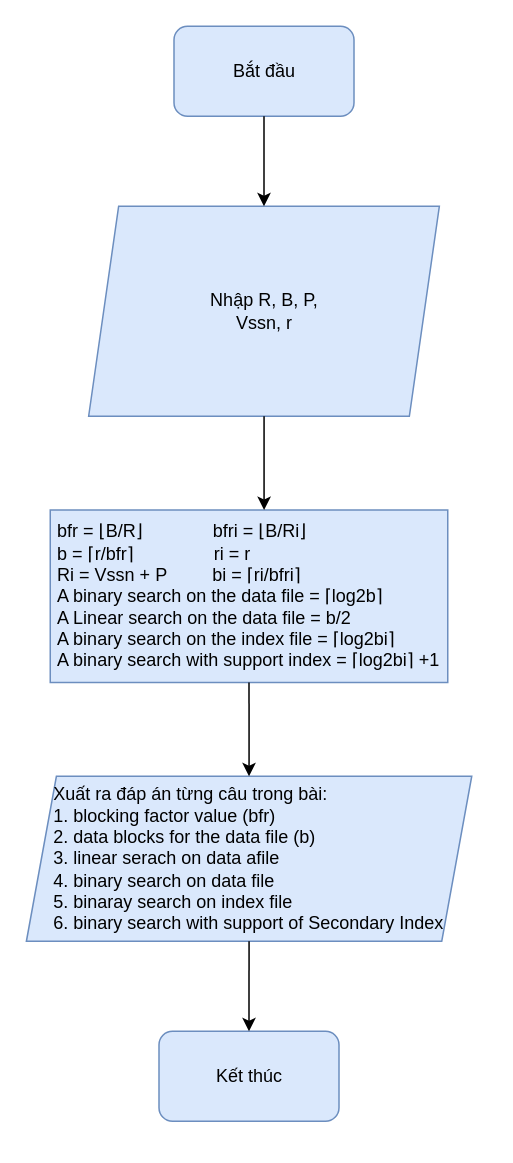
Before: Nam3_HK1/CSDL_SQL_Plus/Baitap/!TieuLuan/Secondary Index.drawio in EdgarIgnite16/SGU-Course, a draw.io diagram. Source tidied: cells renumbered, new cells numbered last; positions are measured from the earlier drawing's top-left corner, leaving out a move shared by most shapes. Both pictures are drawn from the tidied source at 150%, with x=0, y=0 at pixel (26, 26).
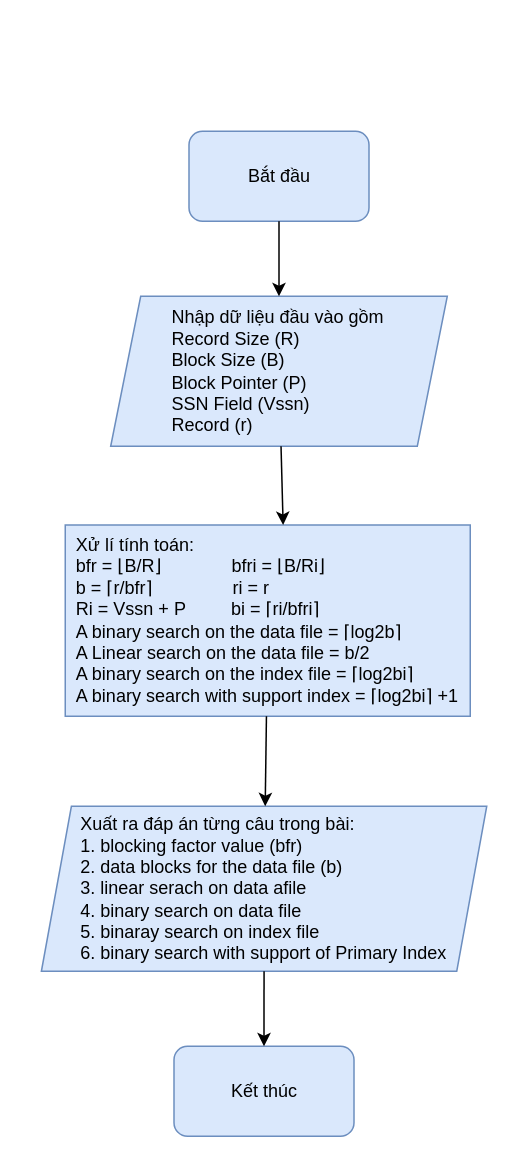
Above is the later version.

Change to the diagram source:
```diff
@@
 <mxGraphModel>
   <root>
     <mxCell id="0" />
     <mxCell id="1" parent="0" />
     <mxCell id="2" value="Bắt đầu" style="rounded=1;whiteSpace=wrap;html=1;fillColor=#dae8fc;strokeColor=#6c8ebf;" parent="1" vertex="1">
-      <mxGeometry x="98.5" width="120" height="60" as="geometry" />
+      <mxGeometry x="108.5" y="70" width="120" height="60" as="geometry" />
     </mxCell>
-    <mxCell id="3" value="Nhập R, B, P,&lt;br&gt;Vssn, r" style="shape=parallelogram;perimeter=parallelogramPerimeter;whiteSpace=wrap;html=1;fixedSize=1;fillColor=#dae8fc;strokeColor=#6c8ebf;" parent="1" vertex="1">
-      <mxGeometry x="41.6" y="120" width="233.8" height="140" as="geometry" />
-    </mxCell>
-    <mxCell id="4" value="&lt;div style=&quot;text-align: justify&quot;&gt;&lt;span&gt;bfr = ⌊B/R⌋&amp;nbsp;&amp;nbsp; &amp;nbsp; &amp;nbsp; &amp;nbsp; &amp;nbsp; &amp;nbsp; &amp;nbsp;bfri = ⌊B/Ri⌋&lt;/span&gt;&lt;br&gt;&lt;/div&gt;&lt;div style=&quot;text-align: justify&quot;&gt;&lt;span&gt;b = ⌈r/bfr⌉&amp;nbsp; &amp;nbsp; &amp;nbsp; &amp;nbsp; &amp;nbsp; &amp;nbsp; &amp;nbsp; &amp;nbsp; ri = r&lt;/span&gt;&lt;/div&gt;&lt;div style=&quot;text-align: justify&quot;&gt;&lt;span&gt;Ri = Vssn + P&amp;nbsp; &amp;nbsp; &amp;nbsp; &amp;nbsp; &amp;nbsp;bi = ⌈ri/bfri⌉&lt;/span&gt;&lt;/div&gt;&lt;div style=&quot;text-align: justify&quot;&gt;&lt;span&gt;A binary search on the data file = ⌈log2b⌉&lt;/span&gt;&lt;/div&gt;&lt;div style=&quot;text-align: justify&quot;&gt;&lt;span&gt;A Linear search on the data file = b/2&lt;/span&gt;&lt;/div&gt;&lt;div style=&quot;text-align: justify&quot;&gt;&lt;span&gt;A binary search on the index file = ⌈log2bi⌉&lt;/span&gt;&lt;/div&gt;&lt;div style=&quot;text-align: justify&quot;&gt;&lt;span&gt;A binary search with support index = ⌈log2bi⌉ +1&lt;/span&gt;&lt;/div&gt;" style="rounded=0;whiteSpace=wrap;html=1;fillColor=#dae8fc;strokeColor=#6c8ebf;" parent="1" vertex="1">
-      <mxGeometry x="16" y="322.5" width="265" height="115" as="geometry" />
-    </mxCell>
-    <mxCell id="5" style="endArrow=classic;html=1;rounded=0;" parent="1" edge="1" source="2" target="3">
-      <mxGeometry relative="1" as="geometry" />
-    </mxCell>
-    <mxCell id="6" style="endArrow=classic;html=1;rounded=0;entryX=0.538;entryY=0;entryDx=0;entryDy=0;entryPerimeter=0;" parent="1" edge="1" source="3" target="4">
-      <mxGeometry relative="1" as="geometry" />
-    </mxCell>
-    <mxCell id="7" value="&lt;div style=&quot;text-align: justify&quot;&gt;&lt;span&gt;Xuất ra đáp án từng câu trong bài:&lt;/span&gt;&lt;/div&gt;&lt;div style=&quot;text-align: justify&quot;&gt;&lt;span&gt;1. blocking factor value (bfr)&lt;/span&gt;&lt;/div&gt;&lt;div style=&quot;text-align: justify&quot;&gt;&lt;span&gt;2. data blocks for the data file (b)&lt;/span&gt;&lt;/div&gt;&lt;div style=&quot;text-align: justify&quot;&gt;&lt;span&gt;3. linear serach on data afile&lt;/span&gt;&lt;/div&gt;&lt;div style=&quot;text-align: justify&quot;&gt;&lt;span&gt;4. binary search on data file&lt;/span&gt;&lt;/div&gt;&lt;div style=&quot;text-align: justify&quot;&gt;&lt;span&gt;5. binaray search on index file&lt;/span&gt;&lt;/div&gt;&lt;div style=&quot;text-align: justify&quot;&gt;&lt;span&gt;6. binary search with support of Secondary Index&lt;/span&gt;&lt;/div&gt;" style="shape=parallelogram;perimeter=parallelogramPerimeter;whiteSpace=wrap;html=1;fixedSize=1;fillColor=#dae8fc;strokeColor=#6c8ebf;align=center;" parent="1" vertex="1">
-      <mxGeometry x="0.1" y="500" width="296.9" height="110" as="geometry" />
-    </mxCell>
-    <mxCell id="8" style="endArrow=classic;html=1;rounded=0;" parent="1" edge="1" source="4" target="7">
-      <mxGeometry relative="1" as="geometry" />
-    </mxCell>
+    <mxCell id="11" value="&lt;div style=&quot;text-align: justify&quot;&gt;&lt;span&gt;Nhập dữ liệu đầu vào gồm&lt;/span&gt;&lt;/div&gt;&lt;div style=&quot;text-align: justify&quot;&gt;&lt;span&gt;Record Size (R)&amp;nbsp;&lt;/span&gt;&lt;/div&gt;&lt;div style=&quot;text-align: justify&quot;&gt;&lt;span&gt;Block Size (B)&lt;/span&gt;&lt;/div&gt;&lt;div style=&quot;text-align: justify&quot;&gt;&lt;span&gt;Block Pointer (P)&lt;/span&gt;&lt;/div&gt;&lt;div style=&quot;text-align: justify&quot;&gt;&lt;span&gt;SSN Field (Vssn)&lt;/span&gt;&lt;/div&gt;&lt;div style=&quot;text-align: justify&quot;&gt;&lt;span&gt;Record (r)&lt;/span&gt;&lt;/div&gt;" style="shape=parallelogram;perimeter=parallelogramPerimeter;whiteSpace=wrap;html=1;fixedSize=1;fillColor=#dae8fc;strokeColor=#6c8ebf;" parent="1" vertex="1">
+      <mxGeometry x="56.3" y="180" width="224.4" height="100" as="geometry" />
+    </mxCell>
+    <mxCell id="12" value="&lt;div style=&quot;text-align: justify&quot;&gt;Xử lí tính toán:&amp;nbsp;&lt;/div&gt;&lt;div style=&quot;text-align: justify&quot;&gt;&lt;span&gt;bfr = ⌊B/R⌋&amp;nbsp;&amp;nbsp; &amp;nbsp; &amp;nbsp; &amp;nbsp; &amp;nbsp; &amp;nbsp; &amp;nbsp;bfri = ⌊B/Ri⌋&lt;/span&gt;&lt;br&gt;&lt;/div&gt;&lt;div style=&quot;text-align: justify&quot;&gt;&lt;span&gt;b = ⌈r/bfr⌉&amp;nbsp; &amp;nbsp; &amp;nbsp; &amp;nbsp; &amp;nbsp; &amp;nbsp; &amp;nbsp; &amp;nbsp; ri = r&lt;/span&gt;&lt;/div&gt;&lt;div style=&quot;text-align: justify&quot;&gt;&lt;span&gt;Ri = Vssn + P&amp;nbsp; &amp;nbsp; &amp;nbsp; &amp;nbsp; &amp;nbsp;bi = ⌈ri/bfri⌉&lt;/span&gt;&lt;/div&gt;&lt;div style=&quot;text-align: justify&quot;&gt;&lt;span&gt;A binary search on the data file = ⌈log2b⌉&lt;/span&gt;&lt;/div&gt;&lt;div style=&quot;text-align: justify&quot;&gt;&lt;span&gt;A Linear search on the data file = b/2&lt;/span&gt;&lt;/div&gt;&lt;div style=&quot;text-align: justify&quot;&gt;&lt;span&gt;A binary search on the index file = ⌈log2bi⌉&lt;/span&gt;&lt;/div&gt;&lt;div style=&quot;text-align: justify&quot;&gt;&lt;span&gt;A binary search with support index = ⌈log2bi⌉ +1&lt;/span&gt;&lt;/div&gt;" style="rounded=0;whiteSpace=wrap;html=1;fillColor=#dae8fc;strokeColor=#6c8ebf;" parent="1" vertex="1">
+      <mxGeometry x="26" y="332.5" width="270" height="127.5" as="geometry" />
+    </mxCell>
+    <mxCell id="13" style="endArrow=classic;html=1;rounded=0;" parent="1" edge="1" source="2" target="11">
+      <mxGeometry relative="1" as="geometry" />
+    </mxCell>
+    <mxCell id="14" style="endArrow=classic;html=1;rounded=0;entryX=0.538;entryY=0;entryDx=0;entryDy=0;entryPerimeter=0;" parent="1" edge="1" source="11" target="12">
+      <mxGeometry relative="1" as="geometry" />
+    </mxCell>
+    <mxCell id="15" value="&lt;div style=&quot;text-align: justify&quot;&gt;&lt;span&gt;Xuất ra đáp án từng câu trong bài:&lt;/span&gt;&lt;/div&gt;&lt;div style=&quot;text-align: justify&quot;&gt;&lt;span&gt;1. blocking factor value (bfr)&lt;/span&gt;&lt;/div&gt;&lt;div style=&quot;text-align: justify&quot;&gt;&lt;span&gt;2. data blocks for the data file (b)&lt;/span&gt;&lt;/div&gt;&lt;div style=&quot;text-align: justify&quot;&gt;&lt;span&gt;3. linear serach on data afile&lt;/span&gt;&lt;/div&gt;&lt;div style=&quot;text-align: justify&quot;&gt;&lt;span&gt;4. binary search on data file&lt;/span&gt;&lt;/div&gt;&lt;div style=&quot;text-align: justify&quot;&gt;&lt;span&gt;5. binaray search on index file&lt;/span&gt;&lt;/div&gt;&lt;div style=&quot;text-align: justify&quot;&gt;&lt;span&gt;6. binary search with support of Primary Index&lt;/span&gt;&lt;/div&gt;" style="shape=parallelogram;perimeter=parallelogramPerimeter;whiteSpace=wrap;html=1;fixedSize=1;fillColor=#dae8fc;strokeColor=#6c8ebf;align=center;" parent="1" vertex="1">
+      <mxGeometry x="10.1" y="520" width="296.9" height="110" as="geometry" />
+    </mxCell>
+    <mxCell id="16" style="endArrow=classic;html=1;rounded=0;" parent="1" edge="1" source="12" target="15">
+      <mxGeometry relative="1" as="geometry" />
+    </mxCell>
     <mxCell id="9" value="Kết thúc" style="rounded=1;whiteSpace=wrap;html=1;fillColor=#dae8fc;strokeColor=#6c8ebf;" parent="1" vertex="1">
-      <mxGeometry x="88.5" y="670" width="120" height="60" as="geometry" />
+      <mxGeometry x="98.5" y="680" width="120" height="60" as="geometry" />
     </mxCell>
-    <mxCell id="10" style="endArrow=classic;html=1;rounded=0;" parent="1" edge="1" source="7" target="9">
-      <mxGeometry relative="1" as="geometry" />
-    </mxCell>
+    <mxCell id="17" style="endArrow=classic;html=1;rounded=0;" parent="1" edge="1" source="15" target="9">
+      <mxGeometry relative="1" as="geometry" />
+    </mxCell>
   </root>
 </mxGraphModel>
```
